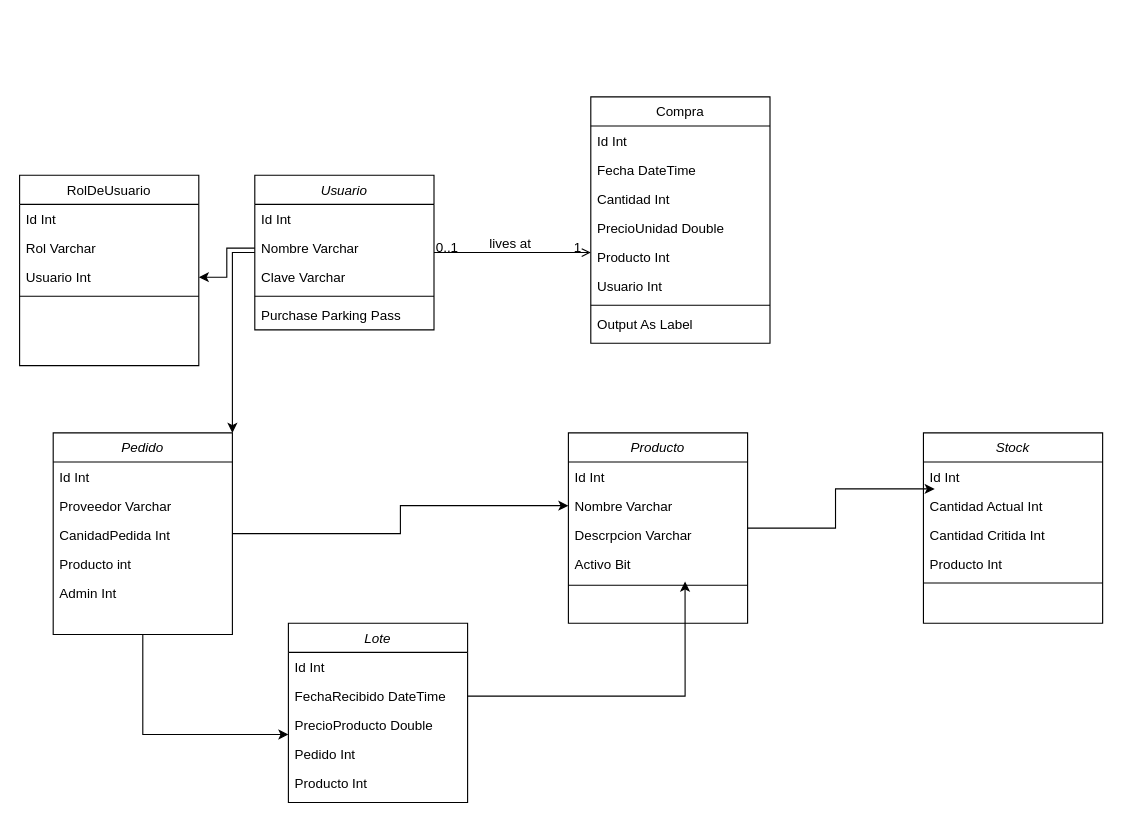
Earlier version of the draw.io diagram Diagrama sin título.drawio (LucasDiBs/DFD). Source tidied: cells renumbered, new cells numbered last; positions are measured from the earlier drawing's top-left corner, leaving out a move shared by most shapes. Both pictures are drawn from the tidied source at 112%, with x=0, y=0 at pixel (19, 96).
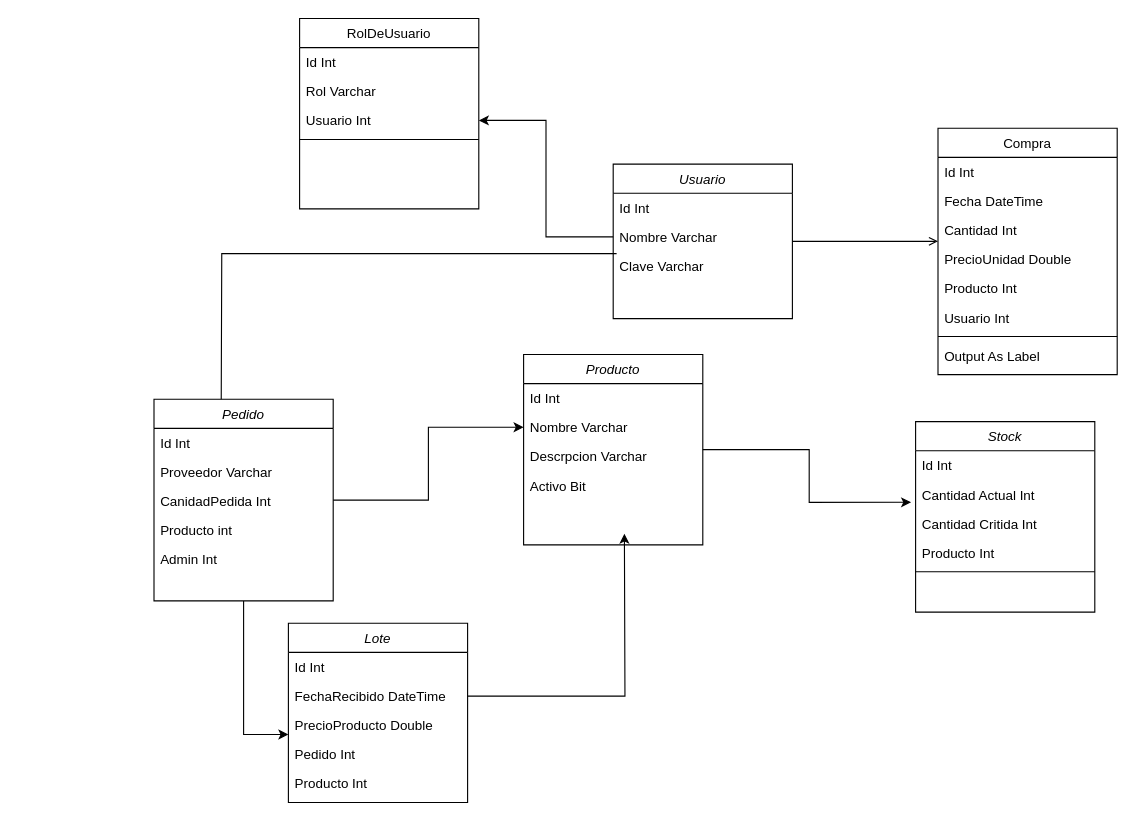
After the change.

The change refers to these unchanged cells:
```xml
<mxCell id="6" value="Clave Varchar" style="text;align=left;verticalAlign=top;spacingLeft=4;spacingRight=4;overflow=hidden;points=[[0,0.5],[1,0.5]];portConstraint=eastwest;rounded=0;shadow=0;html=0;" parent="3" vertex="1">
  <mxGeometry y="78" width="160" height="26" as="geometry" />
</mxCell>
<mxCell id="23" style="endArrow=open;shadow=0;strokeWidth=1;rounded=0;curved=0;endFill=1;edgeStyle=elbowEdgeStyle;elbow=vertical;" parent="1" edge="1" source="3" target="14">
  <mxGeometry x="0.5" y="41" relative="1" as="geometry">
    <mxPoint x="-40" y="32" as="offset" />
  </mxGeometry>
</mxCell>
<mxCell id="29" value="FechaRecibido DateTime" style="text;align=left;verticalAlign=top;spacingLeft=4;spacingRight=4;overflow=hidden;points=[[0,0.5],[1,0.5]];portConstraint=eastwest;rounded=0;shadow=0;html=0;" parent="27" vertex="1">
  <mxGeometry y="52" width="160" height="26" as="geometry" />
</mxCell>
<mxCell id="37" value="Activo Bit" style="text;align=left;verticalAlign=top;spacingLeft=4;spacingRight=4;overflow=hidden;points=[[0,0.5],[1,0.5]];portConstraint=eastwest;" parent="33" vertex="1">
  <mxGeometry y="104" width="160" height="28" as="geometry" />
</mxCell>
<mxCell id="41" value="Cantidad Actual Int" style="text;align=left;verticalAlign=top;spacingLeft=4;spacingRight=4;overflow=hidden;points=[[0,0.5],[1,0.5]];portConstraint=eastwest;rounded=0;shadow=0;html=0;" parent="39" vertex="1">
  <mxGeometry y="52" width="160" height="26" as="geometry" />
</mxCell>
```

Diff of the diagram source:
```diff
@@
-    <mxCell id="2" style="edgeStyle=orthogonalEdgeStyle;rounded=0;jettySize=auto;html=1;entryX=1;entryY=0;entryDx=0;entryDy=0;" parent="1" edge="1" source="3" target="46">
-      <mxGeometry relative="1" as="geometry" />
+    <mxCell id="2" style="edgeStyle=orthogonalEdgeStyle;rounded=0;jettySize=auto;html=1;entryX=1;entryY=0;entryDx=0;entryDy=0;exitX=0.019;exitY=0.077;exitDx=0;exitDy=0;exitPerimeter=0;" parent="1" edge="1" source="6">
+      <mxGeometry relative="1" as="geometry">
+        <mxPoint x="180" y="281" as="targetPoint" />
+      </mxGeometry>
     </mxCell>
     <mxCell id="3" value="Usuario" style="swimlane;fontStyle=2;align=center;verticalAlign=top;horizontal=1;startSize=26;rounded=0;shadow=0;strokeWidth=1;" parent="1" vertex="1">
-      <mxGeometry x="210" y="70" width="160" height="138" as="geometry" />
+      <mxGeometry x="530" y="60" width="160" height="138" as="geometry" />
     </mxCell>
@@
-    <mxCell id="7" style="line;html=1;strokeWidth=1;align=left;verticalAlign=middle;spacingTop=-1;spacingLeft=3;spacingRight=3;labelPosition=right;" parent="3" vertex="1">
-      <mxGeometry y="104" width="160" height="8" as="geometry" />
-    </mxCell>
-    <mxCell id="8" value="Purchase Parking Pass" style="text;align=left;verticalAlign=top;spacingLeft=4;spacingRight=4;overflow=hidden;" parent="3" vertex="1">
-      <mxGeometry y="112" width="160" height="26" as="geometry" />
-    </mxCell>
     <mxCell id="9" value="RolDeUsuario" style="swimlane;fontStyle=0;align=center;verticalAlign=top;horizontal=1;startSize=26;rounded=0;shadow=0;strokeWidth=1;" parent="1" vertex="1">
-      <mxGeometry y="70" width="160" height="170" as="geometry" />
+      <mxGeometry x="250" y="-70" width="160" height="170" as="geometry" />
     </mxCell>
@@
     <mxCell id="14" value="Compra" style="swimlane;fontStyle=0;align=center;verticalAlign=top;horizontal=1;startSize=26;rounded=0;shadow=0;strokeWidth=1;" parent="1" vertex="1">
-      <mxGeometry x="510" width="160" height="220" as="geometry" />
+      <mxGeometry x="820" y="28" width="160" height="220" as="geometry" />
     </mxCell>
@@
-    <mxCell id="24" value="0..1" style="align=left;verticalAlign=bottom;labelBackgroundColor=none;fontSize=12;" parent="23" vertex="1">
-      <mxGeometry x="-1" relative="1" as="geometry">
-        <mxPoint y="4" as="offset" />
-      </mxGeometry>
-    </mxCell>
-    <mxCell id="25" value="1" style="align=right;verticalAlign=bottom;labelBackgroundColor=none;fontSize=12;" parent="23" vertex="1">
-      <mxGeometry x="1" relative="1" as="geometry">
-        <mxPoint x="-7" y="4" as="offset" />
-      </mxGeometry>
-    </mxCell>
-    <mxCell id="26" value="lives at" style="text;html=1;align=center;verticalAlign=middle;labelBackgroundColor=none;rounded=0;shadow=0;strokeWidth=1;fontSize=12;" parent="23" vertex="1">
-      <mxGeometry x="0.5" y="49" relative="1" as="geometry">
-        <mxPoint x="-38" y="40" as="offset" />
-      </mxGeometry>
-    </mxCell>
@@
     <mxCell id="33" value="Producto" style="swimlane;fontStyle=2;align=center;verticalAlign=top;horizontal=1;startSize=26;rounded=0;shadow=0;strokeWidth=1;" parent="1" vertex="1">
-      <mxGeometry x="490" y="300" width="160" height="170" as="geometry" />
+      <mxGeometry x="450" y="230" width="160" height="170" as="geometry" />
     </mxCell>
@@
-    <mxCell id="38" style="line;html=1;strokeWidth=1;align=left;verticalAlign=middle;spacingTop=-1;spacingLeft=3;spacingRight=3;labelPosition=right;" parent="33" vertex="1">
-      <mxGeometry y="132" width="160" height="8" as="geometry" />
-    </mxCell>
     <mxCell id="39" value="Stock" style="swimlane;fontStyle=2;align=center;verticalAlign=top;horizontal=1;startSize=26;rounded=0;shadow=0;strokeWidth=1;" parent="1" vertex="1">
-      <mxGeometry x="807" y="300" width="160" height="170" as="geometry" />
+      <mxGeometry x="800" y="290" width="160" height="170" as="geometry" />
     </mxCell>
@@
     <mxCell id="46" value="Pedido" style="swimlane;fontStyle=2;align=center;verticalAlign=top;horizontal=1;startSize=26;rounded=0;shadow=0;strokeWidth=1;" parent="1" vertex="1">
-      <mxGeometry x="30" y="300" width="160" height="180" as="geometry" />
+      <mxGeometry x="120" y="270" width="160" height="180" as="geometry" />
     </mxCell>
@@
-    <mxCell id="54" style="edgeStyle=orthogonalEdgeStyle;rounded=0;jettySize=auto;html=1;entryX=0.651;entryY=1.027;entryDx=0;entryDy=0;entryPerimeter=0;" parent="1" edge="1" source="29" target="37">
-      <mxGeometry relative="1" as="geometry" />
+    <mxCell id="54" style="edgeStyle=orthogonalEdgeStyle;rounded=0;jettySize=auto;html=1;" parent="1" edge="1" source="29">
+      <mxGeometry relative="1" as="geometry">
+        <mxPoint x="540" y="390" as="targetPoint" />
+      </mxGeometry>
     </mxCell>
-    <mxCell id="55" style="edgeStyle=orthogonalEdgeStyle;rounded=0;jettySize=auto;html=1;entryX=0.063;entryY=-0.077;entryDx=0;entryDy=0;entryPerimeter=0;" parent="1" edge="1" source="33" target="41">
+    <mxCell id="55" style="edgeStyle=orthogonalEdgeStyle;rounded=0;jettySize=auto;html=1;entryX=-0.025;entryY=0.769;entryDx=0;entryDy=0;entryPerimeter=0;" parent="1" edge="1" source="33" target="41">
       <mxGeometry relative="1" as="geometry" />
     </mxCell>
```
